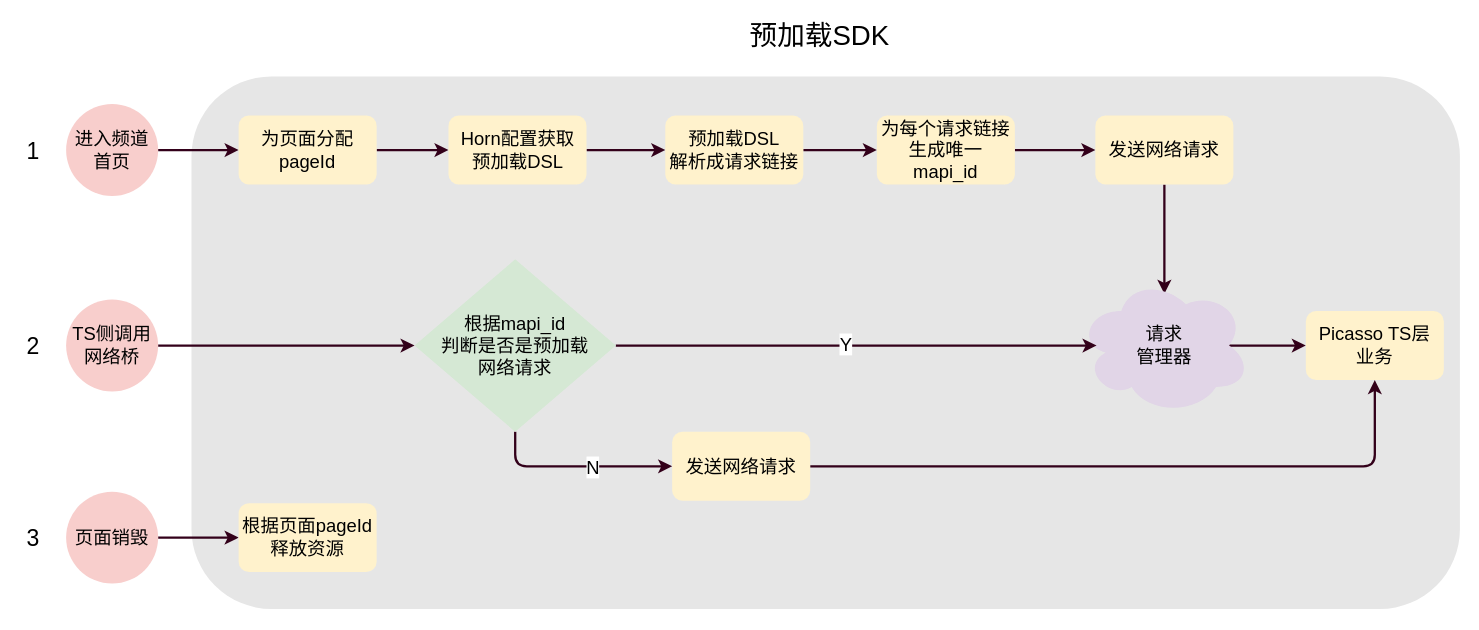
hpk1994/shophome keeps this draw.io diagram as page "第 6 页" (5 of 21) of 频道首页执行流程.drawio. Above is the earlier version. Source tidied: cells renumbered, new cells numbered last; positions are measured from the earlier drawing's top-left corner, leaving out a move shared by most shapes. Both pictures are drawn from the tidied source at 115%, with x=0, y=0 at pixel (20, 21).
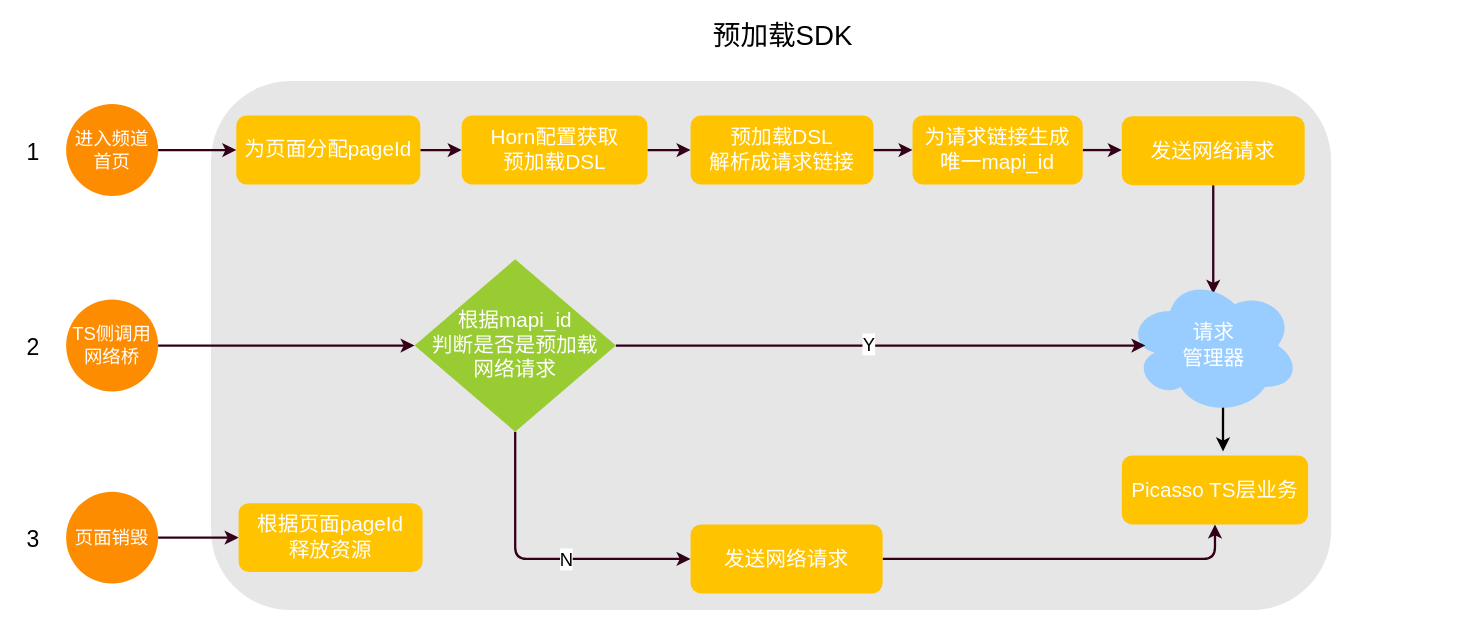
The same diagram, later.

Commit message:
Update 频道首页执行流程.drawio

Diff of the diagram source:
```diff
@@
-    <mxCell id="2" style="rounded=1;whiteSpace=wrap;html=1;shadow=0;strokeColor=none;strokeWidth=2;fillColor=#E6E6E6;gradientColor=none;fontSize=16;" parent="1" vertex="1">
-      <mxGeometry x="149" y="48" width="1103" height="463" as="geometry" />
+    <mxCell id="2" style="rounded=1;whiteSpace=wrap;html=1;shadow=0;strokeColor=none;strokeWidth=2;fillColor=#E6E6E6;gradientColor=none;fontSize=16;fontFamily=微软雅黑;" parent="1" vertex="1">
+      <mxGeometry x="166" y="52" width="974" height="460" as="geometry" />
     </mxCell>
-    <mxCell id="3" style="edgeStyle=orthogonalEdgeStyle;rounded=1;jettySize=auto;html=1;exitX=1;exitY=0.5;exitDx=0;exitDy=0;entryX=0;entryY=0.5;entryDx=0;entryDy=0;startSize=34;strokeColor=#33001A;strokeWidth=2;fontSize=16;" parent="1" edge="1" source="4" target="10">
+    <mxCell id="3" style="edgeStyle=orthogonalEdgeStyle;rounded=1;jettySize=auto;html=1;exitX=1;exitY=0.5;exitDx=0;exitDy=0;entryX=0;entryY=0.5;entryDx=0;entryDy=0;startSize=34;strokeColor=#33001A;strokeWidth=2;fontSize=16;fontFamily=微软雅黑;" parent="1" edge="1" source="4" target="10">
       <mxGeometry relative="1" as="geometry" />
     </mxCell>
-    <mxCell id="4" value="进入频道首页" style="ellipse;whiteSpace=wrap;html=1;fontSize=16;fillColor=#f8cecc;strokeColor=none;" parent="1" vertex="1">
+    <mxCell id="4" value="&lt;font color=&quot;#ffffff&quot;&gt;进入频道首页&lt;/font&gt;" style="ellipse;whiteSpace=wrap;html=1;fontSize=16;fillColor=#FE8C00;strokeColor=none;fontFamily=微软雅黑;" parent="1" vertex="1">
       <mxGeometry x="40" y="72" width="80" height="80" as="geometry" />
     </mxCell>
-    <mxCell id="5" style="edgeStyle=orthogonalEdgeStyle;rounded=1;jettySize=auto;html=1;exitX=1;exitY=0.5;exitDx=0;exitDy=0;entryX=0;entryY=0.5;entryDx=0;entryDy=0;startSize=34;strokeColor=#33001A;strokeWidth=2;fontSize=16;" parent="1" edge="1" source="6" target="25">
+    <mxCell id="5" style="edgeStyle=orthogonalEdgeStyle;rounded=1;jettySize=auto;html=1;exitX=1;exitY=0.5;exitDx=0;exitDy=0;entryX=0;entryY=0.5;entryDx=0;entryDy=0;startSize=34;strokeColor=#33001A;strokeWidth=2;fontSize=16;fontFamily=微软雅黑;" parent="1" edge="1" source="6" target="25">
       <mxGeometry relative="1" as="geometry" />
     </mxCell>
-    <mxCell id="6" value="TS侧调用网络桥" style="ellipse;whiteSpace=wrap;html=1;fontSize=16;fillColor=#f8cecc;strokeColor=none;" parent="1" vertex="1">
+    <mxCell id="6" value="&lt;font color=&quot;#ffffff&quot;&gt;TS侧调用网络桥&lt;/font&gt;" style="ellipse;whiteSpace=wrap;html=1;fontSize=16;fillColor=#FE8C00;strokeColor=none;fontFamily=微软雅黑;" parent="1" vertex="1">
       <mxGeometry x="40" y="242" width="80" height="80" as="geometry" />
     </mxCell>
-    <mxCell id="7" style="edgeStyle=orthogonalEdgeStyle;rounded=1;jettySize=auto;html=1;exitX=1;exitY=0.5;exitDx=0;exitDy=0;startSize=34;strokeColor=#33001A;strokeWidth=2;fontSize=16;" parent="1" edge="1" source="8" target="26">
+    <mxCell id="7" style="edgeStyle=orthogonalEdgeStyle;rounded=1;jettySize=auto;html=1;exitX=1;exitY=0.5;exitDx=0;exitDy=0;startSize=34;strokeColor=#33001A;strokeWidth=2;fontSize=16;fontFamily=微软雅黑;" parent="1" edge="1" source="8" target="26">
       <mxGeometry relative="1" as="geometry" />
     </mxCell>
-    <mxCell id="8" value="页面销毁" style="ellipse;whiteSpace=wrap;html=1;fontSize=16;fillColor=#f8cecc;strokeColor=none;" parent="1" vertex="1">
+    <mxCell id="8" value="&lt;font color=&quot;#ffffff&quot;&gt;页面销毁&lt;/font&gt;" style="ellipse;whiteSpace=wrap;html=1;fontSize=16;fillColor=#FE8C00;strokeColor=none;fontFamily=微软雅黑;" parent="1" vertex="1">
       <mxGeometry x="40" y="409" width="80" height="80" as="geometry" />
     </mxCell>
-    <mxCell id="9" style="edgeStyle=orthogonalEdgeStyle;rounded=1;jettySize=auto;html=1;exitX=1;exitY=0.5;exitDx=0;exitDy=0;entryX=0;entryY=0.5;entryDx=0;entryDy=0;startSize=34;strokeColor=#33001A;strokeWidth=2;fontSize=16;" parent="1" edge="1" source="10" target="12">
+    <mxCell id="9" style="edgeStyle=orthogonalEdgeStyle;rounded=1;jettySize=auto;html=1;exitX=1;exitY=0.5;exitDx=0;exitDy=0;entryX=0;entryY=0.5;entryDx=0;entryDy=0;startSize=34;strokeColor=#33001A;strokeWidth=2;fontSize=16;fontFamily=微软雅黑;" parent="1" edge="1" source="10" target="12">
       <mxGeometry relative="1" as="geometry" />
     </mxCell>
-    <mxCell id="10" value="为页面分配pageId" style="rounded=1;whiteSpace=wrap;html=1;fontSize=16;fillColor=#fff2cc;strokeColor=none;" parent="1" vertex="1">
-      <mxGeometry x="190" y="82" width="120" height="60" as="geometry" />
+    <mxCell id="10" value="&lt;font style=&quot;font-size: 18px&quot; color=&quot;#ffffff&quot;&gt;为页面分配pageId&lt;/font&gt;" style="rounded=1;whiteSpace=wrap;html=1;fontSize=16;fillColor=#FFC300;strokeColor=none;fontFamily=微软雅黑;" parent="1" vertex="1">
+      <mxGeometry x="188" y="82" width="160" height="60" as="geometry" />
     </mxCell>
-    <mxCell id="11" style="edgeStyle=orthogonalEdgeStyle;rounded=1;jettySize=auto;html=1;exitX=1;exitY=0.5;exitDx=0;exitDy=0;entryX=0;entryY=0.5;entryDx=0;entryDy=0;startSize=34;strokeColor=#33001A;strokeWidth=2;fontSize=16;" parent="1" edge="1" source="12" target="14">
+    <mxCell id="11" style="edgeStyle=orthogonalEdgeStyle;rounded=1;jettySize=auto;html=1;exitX=1;exitY=0.5;exitDx=0;exitDy=0;entryX=0;entryY=0.5;entryDx=0;entryDy=0;startSize=34;strokeColor=#33001A;strokeWidth=2;fontSize=16;fontFamily=微软雅黑;" parent="1" edge="1" source="12" target="14">
       <mxGeometry relative="1" as="geometry" />
     </mxCell>
-    <mxCell id="12" value="Horn配置获取&lt;br&gt;预加载DSL" style="rounded=1;whiteSpace=wrap;html=1;fontSize=16;fillColor=#fff2cc;strokeColor=none;" parent="1" vertex="1">
-      <mxGeometry x="372.5" y="82" width="120" height="60" as="geometry" />
+    <mxCell id="12" value="&lt;font color=&quot;#ffffff&quot; style=&quot;font-size: 18px&quot;&gt;Horn配置获取&lt;br&gt;预加载DSL&lt;/font&gt;" style="rounded=1;whiteSpace=wrap;html=1;fontSize=16;fillColor=#FFC300;strokeColor=none;fontFamily=微软雅黑;" parent="1" vertex="1">
+      <mxGeometry x="384" y="82" width="161.5" height="60" as="geometry" />
     </mxCell>
-    <mxCell id="13" style="edgeStyle=orthogonalEdgeStyle;rounded=1;jettySize=auto;html=1;exitX=1;exitY=0.5;exitDx=0;exitDy=0;entryX=0;entryY=0.5;entryDx=0;entryDy=0;startSize=34;strokeColor=#33001A;strokeWidth=2;fontSize=16;" parent="1" edge="1" source="14" target="16">
+    <mxCell id="13" style="edgeStyle=orthogonalEdgeStyle;rounded=1;jettySize=auto;html=1;exitX=1;exitY=0.5;exitDx=0;exitDy=0;entryX=0;entryY=0.5;entryDx=0;entryDy=0;startSize=34;strokeColor=#33001A;strokeWidth=2;fontSize=16;fontFamily=微软雅黑;" parent="1" edge="1" source="14" target="16">
       <mxGeometry relative="1" as="geometry" />
     </mxCell>
-    <mxCell id="14" value="预加载DSL&lt;br&gt;解析成请求链接" style="rounded=1;whiteSpace=wrap;html=1;fontSize=16;fillColor=#fff2cc;strokeColor=none;" parent="1" vertex="1">
-      <mxGeometry x="561" y="82" width="120" height="60" as="geometry" />
+    <mxCell id="14" value="&lt;font color=&quot;#ffffff&quot; style=&quot;font-size: 18px&quot;&gt;预加载DSL&lt;br&gt;解析成请求链接&lt;/font&gt;" style="rounded=1;whiteSpace=wrap;html=1;fontSize=16;fillColor=#FFC300;strokeColor=none;fontFamily=微软雅黑;" parent="1" vertex="1">
+      <mxGeometry x="583" y="82" width="159" height="60" as="geometry" />
     </mxCell>
-    <mxCell id="15" style="edgeStyle=orthogonalEdgeStyle;rounded=1;jettySize=auto;html=1;exitX=1;exitY=0.5;exitDx=0;exitDy=0;entryX=0;entryY=0.5;entryDx=0;entryDy=0;startSize=34;strokeColor=#33001A;strokeWidth=2;fontSize=16;" parent="1" edge="1" source="16" target="18">
+    <mxCell id="15" style="edgeStyle=orthogonalEdgeStyle;rounded=1;jettySize=auto;html=1;exitX=1;exitY=0.5;exitDx=0;exitDy=0;entryX=0;entryY=0.5;entryDx=0;entryDy=0;startSize=34;strokeColor=#33001A;strokeWidth=2;fontSize=16;fontFamily=微软雅黑;" parent="1" edge="1" source="16" target="18">
       <mxGeometry relative="1" as="geometry" />
     </mxCell>
-    <mxCell id="16" value="为每个请求链接生成唯一mapi_id" style="rounded=1;whiteSpace=wrap;html=1;fontSize=16;fillColor=#fff2cc;strokeColor=none;" parent="1" vertex="1">
-      <mxGeometry x="745" y="82" width="120" height="60" as="geometry" />
+    <mxCell id="16" value="&lt;font style=&quot;font-size: 18px&quot; color=&quot;#ffffff&quot;&gt;为请求链接生成&lt;br&gt;唯一mapi_id&lt;/font&gt;" style="rounded=1;whiteSpace=wrap;html=1;fontSize=16;fillColor=#FFC300;strokeColor=none;fontFamily=微软雅黑;" parent="1" vertex="1">
+      <mxGeometry x="776" y="82" width="148" height="60" as="geometry" />
     </mxCell>
-    <mxCell id="17" style="edgeStyle=orthogonalEdgeStyle;rounded=1;jettySize=auto;html=1;exitX=0.5;exitY=1;exitDx=0;exitDy=0;entryX=0.5;entryY=0.125;entryDx=0;entryDy=0;entryPerimeter=0;startSize=34;strokeColor=#33001A;strokeWidth=2;fontSize=16;" parent="1" edge="1" source="18" target="20">
+    <mxCell id="17" style="edgeStyle=orthogonalEdgeStyle;rounded=1;jettySize=auto;html=1;exitX=0.5;exitY=1;exitDx=0;exitDy=0;entryX=0.5;entryY=0.125;entryDx=0;entryDy=0;entryPerimeter=0;startSize=34;strokeColor=#33001A;strokeWidth=2;fontSize=16;fontFamily=微软雅黑;" parent="1" edge="1" source="18" target="20">
       <mxGeometry relative="1" as="geometry" />
     </mxCell>
-    <mxCell id="18" value="发送网络请求" style="rounded=1;whiteSpace=wrap;html=1;fontSize=16;fillColor=#fff2cc;strokeColor=none;" parent="1" vertex="1">
-      <mxGeometry x="935" y="82" width="120" height="60" as="geometry" />
+    <mxCell id="18" value="&lt;font color=&quot;#ffffff&quot; style=&quot;font-size: 18px&quot;&gt;发送网络请求&lt;/font&gt;" style="rounded=1;whiteSpace=wrap;html=1;fontSize=16;fillColor=#FFC300;strokeColor=none;fontFamily=微软雅黑;" parent="1" vertex="1">
+      <mxGeometry x="958" y="82.5" width="159" height="60" as="geometry" />
     </mxCell>
-    <mxCell id="19" style="edgeStyle=orthogonalEdgeStyle;rounded=1;jettySize=auto;html=1;exitX=0.875;exitY=0.5;exitDx=0;exitDy=0;exitPerimeter=0;entryX=0;entryY=0.5;entryDx=0;entryDy=0;startSize=34;strokeColor=#33001A;strokeWidth=2;fontSize=16;" parent="1" edge="1" source="20" target="27">
+    <mxCell id="19" style="edgeStyle=orthogonalEdgeStyle;rounded=0;jettySize=auto;html=1;exitX=0.55;exitY=0.95;exitDx=0;exitDy=0;exitPerimeter=0;entryX=0.543;entryY=-0.058;entryDx=0;entryDy=0;entryPerimeter=0;strokeWidth=2;fontFamily=微软雅黑;" parent="1" edge="1" source="20" target="27">
       <mxGeometry relative="1" as="geometry" />
     </mxCell>
-    <mxCell id="20" value="请求&lt;br&gt;管理器" style="ellipse;shape=cloud;whiteSpace=wrap;html=1;fontSize=16;fillColor=#e1d5e7;strokeColor=none;" parent="1" vertex="1">
-      <mxGeometry x="920" y="222" width="150" height="120" as="geometry" />
+    <mxCell id="20" value="&lt;font style=&quot;font-size: 18px&quot; color=&quot;#ffffff&quot;&gt;请求&lt;br&gt;管理器&lt;/font&gt;" style="ellipse;shape=cloud;whiteSpace=wrap;html=1;fontSize=16;fillColor=#99CCFF;strokeColor=none;fontFamily=微软雅黑;" parent="1" vertex="1">
+      <mxGeometry x="962.5" y="222" width="150" height="120" as="geometry" />
     </mxCell>
-    <mxCell id="21" style="edgeStyle=orthogonalEdgeStyle;jettySize=auto;html=1;exitX=0.5;exitY=1;exitDx=0;exitDy=0;entryX=0;entryY=0.5;entryDx=0;entryDy=0;startSize=34;strokeColor=#33001A;strokeWidth=2;fontSize=16;rounded=1;" parent="1" edge="1" source="25" target="29">
+    <mxCell id="21" style="edgeStyle=orthogonalEdgeStyle;jettySize=auto;html=1;exitX=0.5;exitY=1;exitDx=0;exitDy=0;entryX=0;entryY=0.5;entryDx=0;entryDy=0;startSize=34;strokeColor=#33001A;strokeWidth=2;fontSize=16;rounded=1;fontFamily=微软雅黑;" parent="1" edge="1" source="25" target="29">
       <mxGeometry relative="1" as="geometry" />
     </mxCell>
-    <mxCell id="22" value="N" style="text;html=1;align=center;verticalAlign=middle;labelBackgroundColor=#ffffff;fontSize=16;" parent="21" vertex="1">
+    <mxCell id="22" value="N" style="text;html=1;align=center;verticalAlign=middle;labelBackgroundColor=#ffffff;fontSize=16;fontFamily=微软雅黑;" parent="21" vertex="1">
       <mxGeometry x="0.17" relative="1" as="geometry" />
     </mxCell>
-    <mxCell id="23" style="edgeStyle=orthogonalEdgeStyle;rounded=1;jettySize=auto;html=1;exitX=1;exitY=0.5;exitDx=0;exitDy=0;entryX=0.107;entryY=0.5;entryDx=0;entryDy=0;entryPerimeter=0;startSize=34;strokeColor=#33001A;strokeWidth=2;fontSize=16;" parent="1" edge="1" source="25" target="20">
+    <mxCell id="23" style="edgeStyle=orthogonalEdgeStyle;rounded=1;jettySize=auto;html=1;exitX=1;exitY=0.5;exitDx=0;exitDy=0;entryX=0.107;entryY=0.5;entryDx=0;entryDy=0;entryPerimeter=0;startSize=34;strokeColor=#33001A;strokeWidth=2;fontSize=16;fontFamily=微软雅黑;" parent="1" edge="1" source="25" target="20">
       <mxGeometry relative="1" as="geometry" />
     </mxCell>
-    <mxCell id="24" value="Y" style="text;html=1;align=center;verticalAlign=middle;labelBackgroundColor=#ffffff;fontSize=16;" parent="23" vertex="1">
+    <mxCell id="24" value="Y" style="text;html=1;align=center;verticalAlign=middle;labelBackgroundColor=#ffffff;fontSize=16;fontFamily=微软雅黑;" parent="23" vertex="1">
       <mxGeometry x="-0.05" y="2" relative="1" as="geometry" />
     </mxCell>
-    <mxCell id="25" value="根据mapi_id&lt;br&gt;判断是否是预加载&lt;br&gt;网络请求" style="rhombus;whiteSpace=wrap;html=1;fontSize=16;fillColor=#d5e8d4;strokeColor=none;" parent="1" vertex="1">
+    <mxCell id="25" value="&lt;font color=&quot;#ffffff&quot; style=&quot;font-size: 18px&quot;&gt;根据mapi_id&lt;br&gt;判断是否是预加载&lt;br&gt;网络请求&lt;/font&gt;" style="rhombus;whiteSpace=wrap;html=1;fontSize=16;fillColor=#99CC33;strokeColor=none;fontFamily=微软雅黑;" parent="1" vertex="1">
       <mxGeometry x="343" y="207" width="175" height="150" as="geometry" />
     </mxCell>
-    <mxCell id="26" value="根据页面pageId释放资源" style="rounded=1;whiteSpace=wrap;html=1;fontSize=16;fillColor=#fff2cc;strokeColor=none;" parent="1" vertex="1">
-      <mxGeometry x="190" y="419" width="120" height="60" as="geometry" />
+    <mxCell id="26" value="&lt;font style=&quot;font-size: 18px&quot; color=&quot;#ffffff&quot;&gt;根据页面pageId&lt;br&gt;释放资源&lt;/font&gt;" style="rounded=1;whiteSpace=wrap;html=1;fontSize=16;fillColor=#FFC300;strokeColor=none;fontFamily=微软雅黑;" parent="1" vertex="1">
+      <mxGeometry x="190" y="419" width="160" height="60" as="geometry" />
     </mxCell>
-    <mxCell id="27" value="Picasso TS层&lt;br&gt;业务" style="rounded=1;whiteSpace=wrap;html=1;fontSize=16;fillColor=#fff2cc;strokeColor=none;" parent="1" vertex="1">
-      <mxGeometry x="1118" y="252" width="120" height="60" as="geometry" />
+    <mxCell id="27" value="&lt;font style=&quot;font-size: 18px&quot; color=&quot;#ffffff&quot;&gt;Picasso TS层业务&lt;/font&gt;" style="rounded=1;whiteSpace=wrap;html=1;fontSize=16;fillColor=#FFC300;strokeColor=none;fontFamily=微软雅黑;" parent="1" vertex="1">
+      <mxGeometry x="958" y="377.5" width="162" height="60" as="geometry" />
     </mxCell>
-    <mxCell id="28" style="edgeStyle=orthogonalEdgeStyle;rounded=1;jettySize=auto;html=1;exitX=1;exitY=0.5;exitDx=0;exitDy=0;entryX=0.5;entryY=1;entryDx=0;entryDy=0;startSize=34;strokeColor=#33001A;strokeWidth=2;fontSize=16;" parent="1" edge="1" source="29" target="27">
+    <mxCell id="28" style="edgeStyle=orthogonalEdgeStyle;rounded=1;jettySize=auto;html=1;exitX=1;exitY=0.5;exitDx=0;exitDy=0;entryX=0.5;entryY=1;entryDx=0;entryDy=0;startSize=34;strokeColor=#33001A;strokeWidth=2;fontSize=16;fontFamily=微软雅黑;" parent="1" edge="1" source="29" target="27">
       <mxGeometry relative="1" as="geometry" />
     </mxCell>
-    <mxCell id="29" value="发送网络请求" style="rounded=1;whiteSpace=wrap;html=1;fontSize=16;fillColor=#fff2cc;strokeColor=none;" parent="1" vertex="1">
-      <mxGeometry x="567" y="357" width="120" height="60" as="geometry" />
+    <mxCell id="29" value="&lt;font color=&quot;#ffffff&quot; style=&quot;font-size: 18px&quot;&gt;发送网络请求&lt;/font&gt;" style="rounded=1;whiteSpace=wrap;html=1;fontSize=16;fillColor=#FFC300;strokeColor=none;fontFamily=微软雅黑;" parent="1" vertex="1">
+      <mxGeometry x="583" y="437.5" width="167" height="60" as="geometry" />
     </mxCell>
-    <mxCell id="30" value="&lt;font style=&quot;font-size: 20px&quot;&gt;1&lt;/font&gt;" style="text;html=1;align=center;verticalAlign=middle;fontSize=16;" parent="1" vertex="1">
-      <mxGeometry y="99.5" width="21" height="25" as="geometry" />
+    <mxCell id="30" value="&lt;font style=&quot;font-size: 20px&quot;&gt;1&lt;/font&gt;" style="text;html=1;align=center;verticalAlign=middle;fontSize=16;fontFamily=微软雅黑;" parent="1" vertex="1">
+      <mxGeometry x="2" y="100.5" width="18" height="24" as="geometry" />
     </mxCell>
-    <mxCell id="31" value="&lt;span style=&quot;font-size: 20px&quot;&gt;2&lt;/span&gt;" style="text;html=1;align=center;verticalAlign=middle;fontSize=16;" parent="1" vertex="1">
-      <mxGeometry y="269.5" width="21" height="25" as="geometry" />
+    <mxCell id="31" value="&lt;span style=&quot;font-size: 20px&quot;&gt;2&lt;/span&gt;" style="text;html=1;align=center;verticalAlign=middle;fontSize=16;fontFamily=微软雅黑;" parent="1" vertex="1">
+      <mxGeometry y="270.5" width="22" height="24" as="geometry" />
     </mxCell>
-    <mxCell id="32" value="&lt;span style=&quot;font-size: 20px&quot;&gt;3&lt;/span&gt;" style="text;html=1;align=center;verticalAlign=middle;fontSize=16;" parent="1" vertex="1">
-      <mxGeometry y="436.5" width="21" height="25" as="geometry" />
+    <mxCell id="32" value="&lt;span style=&quot;font-size: 20px&quot;&gt;3&lt;/span&gt;" style="text;html=1;align=center;verticalAlign=middle;fontSize=16;fontFamily=微软雅黑;" parent="1" vertex="1">
+      <mxGeometry y="437.5" width="22" height="24" as="geometry" />
     </mxCell>
-    <mxCell id="33" value="&lt;font style=&quot;font-size: 24px&quot;&gt;预加载SDK&lt;/font&gt;" style="text;html=1;align=center;verticalAlign=middle;fontSize=16;" parent="1" vertex="1">
-      <mxGeometry x="629" width="131" height="26" as="geometry" />
+    <mxCell id="33" value="&lt;font style=&quot;font-size: 24px&quot;&gt;预加载SDK&lt;/font&gt;" style="text;html=1;align=center;verticalAlign=middle;fontSize=16;fontFamily=微软雅黑;" parent="1" vertex="1">
+      <mxGeometry x="597" width="131" height="26" as="geometry" />
     </mxCell>
```
